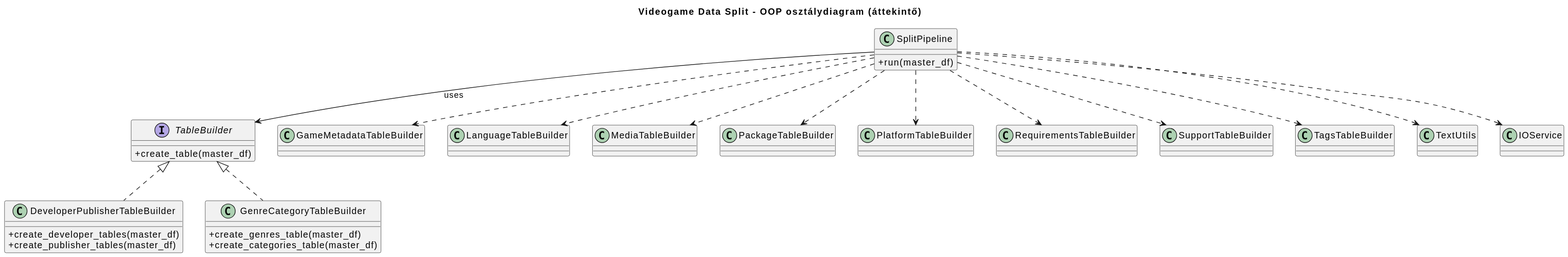
Ddavid111/videogame-data-analysis keeps this PlantUML diagram as doc/Classdiagram/split.svg. Above is the earlier version. The source it was exported from:
```plantuml
@startuml
title Videogame Data Split - OOP osztálydiagram (áttekintő)

skinparam classAttributeIconSize 0


class SplitPipeline {
  +run(master_df)
}

interface TableBuilder {
  +create_table(master_df)
}

class DeveloperPublisherTableBuilder {
  +create_developer_tables(master_df)
  +create_publisher_tables(master_df)
}

class GenreCategoryTableBuilder {
  +create_genres_table(master_df)
  +create_categories_table(master_df)
}

TableBuilder <|.. DeveloperPublisherTableBuilder
TableBuilder <|.. GenreCategoryTableBuilder

SplitPipeline --> TableBuilder : uses


class GameMetadataTableBuilder
class LanguageTableBuilder
class MediaTableBuilder
class PackageTableBuilder
class PlatformTableBuilder
class RequirementsTableBuilder
class SupportTableBuilder
class TagsTableBuilder

class TextUtils
class IOService

SplitPipeline ..> GameMetadataTableBuilder
SplitPipeline ..> LanguageTableBuilder
SplitPipeline ..> MediaTableBuilder
SplitPipeline ..> PackageTableBuilder
SplitPipeline ..> PlatformTableBuilder
SplitPipeline ..> RequirementsTableBuilder
SplitPipeline ..> SupportTableBuilder
SplitPipeline ..> TagsTableBuilder
SplitPipeline ..> TextUtils
SplitPipeline ..> IOService
@enduml
```
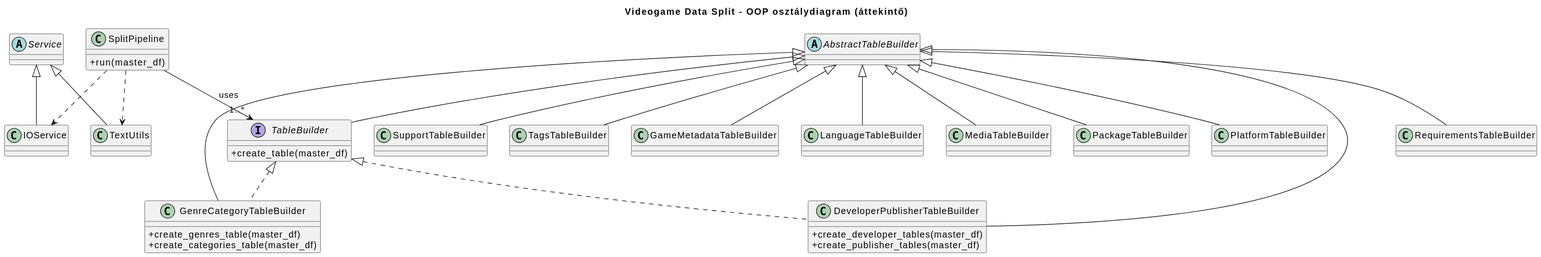
The same file after the commit.

What changed in the source:
```diff
@@ -4,13 +4,21 @@
 skinparam classAttributeIconSize 0
 
 
+abstract class Service
+abstract class AbstractTableBuilder
+
+
 class SplitPipeline {
   +run(master_df)
 }
 
+
 interface TableBuilder {
   +create_table(master_df)
 }
+
+AbstractTableBuilder <|-- TableBuilder
+
 
 class DeveloperPublisherTableBuilder {
   +create_developer_tables(master_df)
@@ -25,7 +33,7 @@
 TableBuilder <|.. DeveloperPublisherTableBuilder
 TableBuilder <|.. GenreCategoryTableBuilder
 
-SplitPipeline --> TableBuilder : uses
+SplitPipeline --> "1..*" TableBuilder : uses
 
 
 class GameMetadataTableBuilder
@@ -37,17 +45,25 @@
 class SupportTableBuilder
 class TagsTableBuilder
 
+AbstractTableBuilder <|-- DeveloperPublisherTableBuilder
+AbstractTableBuilder <|-- GenreCategoryTableBuilder
+AbstractTableBuilder <|-- GameMetadataTableBuilder
+AbstractTableBuilder <|-- LanguageTableBuilder
+AbstractTableBuilder <|-- MediaTableBuilder
+AbstractTableBuilder <|-- PackageTableBuilder
+AbstractTableBuilder <|-- PlatformTableBuilder
+AbstractTableBuilder <|-- RequirementsTableBuilder
+AbstractTableBuilder <|-- SupportTableBuilder
+AbstractTableBuilder <|-- TagsTableBuilder
+
+
 class TextUtils
 class IOService
 
-SplitPipeline ..> GameMetadataTableBuilder
-SplitPipeline ..> LanguageTableBuilder
-SplitPipeline ..> MediaTableBuilder
-SplitPipeline ..> PackageTableBuilder
-SplitPipeline ..> PlatformTableBuilder
-SplitPipeline ..> RequirementsTableBuilder
-SplitPipeline ..> SupportTableBuilder
-SplitPipeline ..> TagsTableBuilder
+Service <|-- TextUtils
+Service <|-- IOService
+
+
 SplitPipeline ..> TextUtils
 SplitPipeline ..> IOService
 @enduml
```
